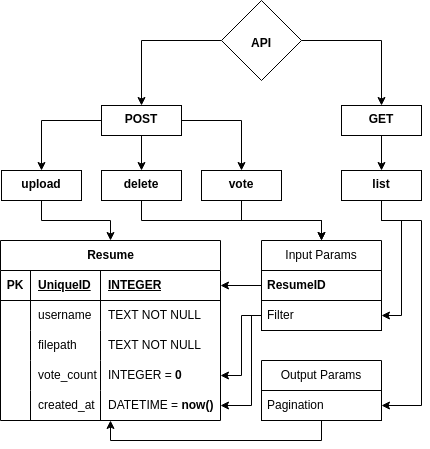
Before: WebDevelopment/MVPProject/static/docs/ProjectStructure.drawio.png, a diagram exported from draw.io (ames0k0/TestWork). Source tidied: cells renumbered, new cells last; positions are measured from the earlier drawing's top-left corner, leaving out a move shared by most shapes.
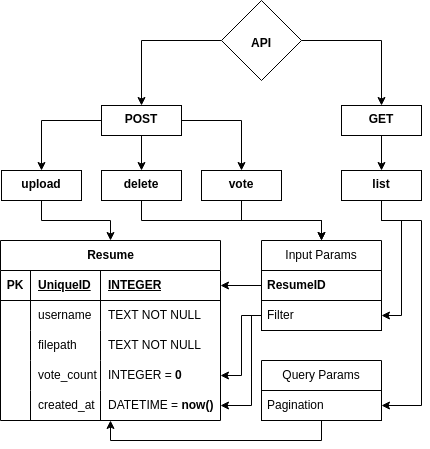
The same file after the commit.

What changed in the source:
```diff
@@ -120,7 +120,7 @@
         </Array>
       </mxGeometry>
     </mxCell>
-    <mxCell id="34" value="Output Params" style="swimlane;fontStyle=0;horizontal=1;startSize=30;whiteSpace=wrap;html=1;" parent="1" vertex="1">
+    <mxCell id="34" value="Query Params" style="swimlane;fontStyle=0;horizontal=1;startSize=30;whiteSpace=wrap;html=1;" parent="1" vertex="1">
       <mxGeometry x="261" y="360" width="120" height="60" as="geometry" />
     </mxCell>
     <mxCell id="35" value="Pagination" style="text;strokeColor=default;fillColor=none;align=left;verticalAlign=middle;spacingLeft=4;spacingRight=4;overflow=hidden;points=[[0,0.5],[1,0.5]];portConstraint=eastwest;whiteSpace=wrap;html=1;" parent="34" vertex="1">
```
